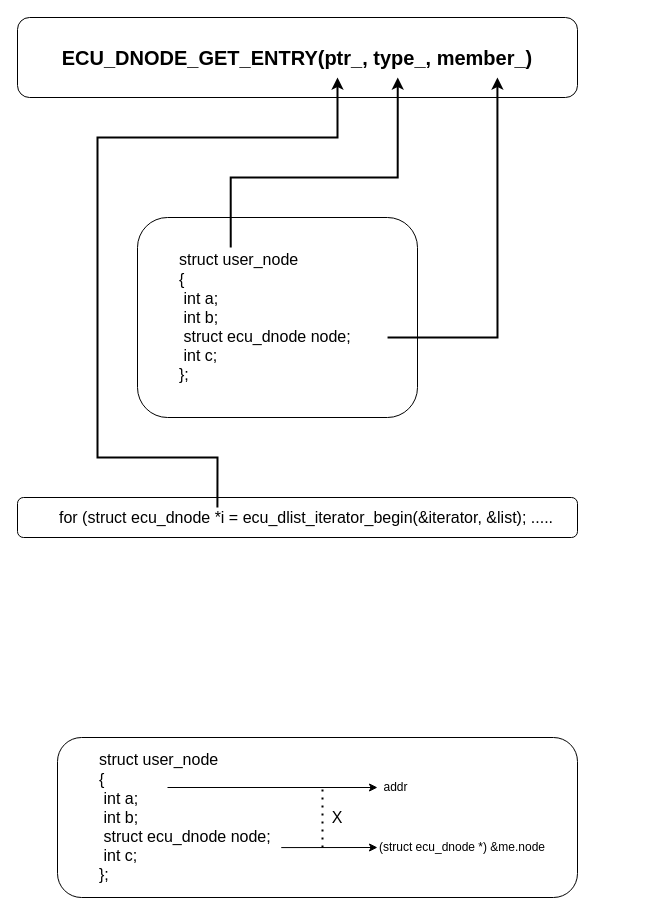
Above: page "list_get_entry" (2 of 8) of doc/images/dlist/dlist.drawio in ress059/ecu (draw.io), before the change. Source tidied: cells renumbered, new cells numbered last; positions are measured from the earlier drawing's top-left corner, leaving out a move shared by most shapes. Both pictures are drawn from the tidied source at 100%, with x=0, y=0 at pixel (17, 17).
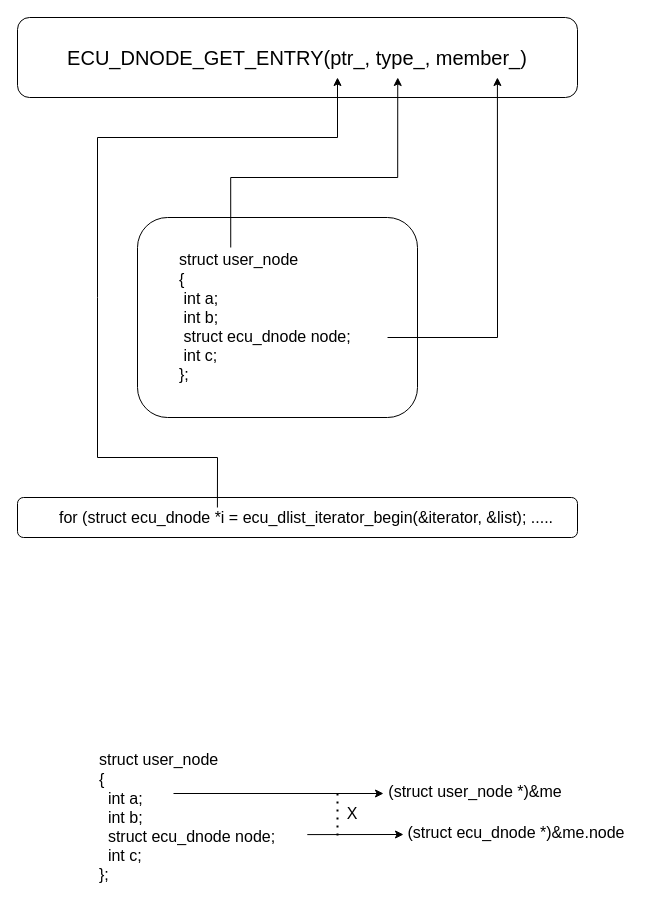
Above is the later version.

The change refers to these unchanged cells:
```xml
<mxCell id="4" value="&lt;blockquote style=&quot;margin: 0 0 0 40px; border: none; padding: 0px;&quot;&gt;&lt;font style=&quot;font-size: 16px;&quot;&gt;struct user_node&amp;nbsp;&lt;br&gt;&lt;/font&gt;&lt;font style=&quot;font-size: 16px;&quot;&gt;&lt;span style=&quot;&quot;&gt;{&lt;br&gt;&lt;/span&gt;&lt;/font&gt;&lt;font style=&quot;font-size: 16px;&quot;&gt;&lt;span style=&quot;&quot;&gt;&lt;span style=&quot;white-space: pre;&quot;&gt; &lt;/span&gt;int a;&lt;br&gt;&lt;/span&gt;&lt;/font&gt;&lt;font style=&quot;font-size: 16px;&quot;&gt;&lt;span style=&quot;&quot;&gt;&lt;span style=&quot;white-space: pre;&quot;&gt; &lt;/span&gt;int b;&lt;br&gt;&lt;/span&gt;&lt;/font&gt;&lt;font style=&quot;font-size: 16px;&quot;&gt;&lt;span style=&quot;&quot;&gt;&lt;span style=&quot;white-space: pre;&quot;&gt; &lt;/span&gt;struct ecu_dnode node;&lt;br&gt;&lt;/span&gt;&lt;/font&gt;&lt;font style=&quot;font-size: 16px;&quot;&gt;&lt;span style=&quot;&quot;&gt;&lt;span style=&quot;white-space: pre;&quot;&gt; &lt;/span&gt;int c;&lt;br&gt;&lt;/span&gt;&lt;/font&gt;&lt;font style=&quot;font-size: 16px;&quot;&gt;&lt;span style=&quot;&quot;&gt;};&lt;/span&gt;&lt;/font&gt;&lt;/blockquote&gt;" style="rounded=1;whiteSpace=wrap;html=1;align=left;" parent="1" vertex="1">
  <mxGeometry x="120" y="200" width="280" height="200" as="geometry" />
</mxCell>
<mxCell id="5" value="&lt;blockquote style=&quot;margin: 0 0 0 40px; border: none; padding: 0px;&quot;&gt;&lt;font style=&quot;font-size: 16px;&quot;&gt;for (struct ecu_dnode *i = ecu_dlist_iterator_begin(&amp;amp;iterator, &amp;amp;list); .....&lt;/font&gt;&lt;/blockquote&gt;" style="rounded=1;whiteSpace=wrap;html=1;align=left;" parent="1" vertex="1">
  <mxGeometry y="480" width="560" height="40" as="geometry" />
</mxCell>
```

Change to the diagram source:
```diff
@@
-    <mxCell id="2" style="rounded=1;whiteSpace=wrap;html=1;" parent="1" vertex="1">
-      <mxGeometry x="40" y="720" width="520" height="160" as="geometry" />
-    </mxCell>
-    <mxCell id="3" value="&lt;font style=&quot;font-size: 20px;&quot;&gt;&lt;b&gt;ECU_DNODE_GET_ENTRY(ptr_, type_, member_)&lt;/b&gt;&lt;/font&gt;" style="rounded=1;whiteSpace=wrap;html=1;" parent="1" vertex="1">
+    <mxCell id="3" value="&lt;font style=&quot;font-size: 20px;&quot;&gt;ECU_DNODE_GET_ENTRY(ptr_, type_, member_)&lt;/font&gt;" style="rounded=1;whiteSpace=wrap;html=1;" parent="1" vertex="1">
       <mxGeometry width="560" height="80" as="geometry" />
     </mxCell>
@@
-    <mxCell id="6" style="edgeStyle=orthogonalEdgeStyle;rounded=0;jettySize=auto;html=1;exitX=0.333;exitY=0.15;exitDx=0;exitDy=0;exitPerimeter=0;strokeWidth=2;entryX=0.679;entryY=0.75;entryDx=0;entryDy=0;entryPerimeter=0;" parent="1" edge="1" source="4" target="3">
+    <mxCell id="6" style="edgeStyle=orthogonalEdgeStyle;rounded=0;jettySize=auto;html=1;exitX=0.333;exitY=0.15;exitDx=0;exitDy=0;exitPerimeter=0;strokeWidth=1;entryX=0.679;entryY=0.75;entryDx=0;entryDy=0;entryPerimeter=0;" parent="1" edge="1" source="4" target="3">
       <mxGeometry relative="1" as="geometry">
         <Array as="points">
           <mxPoint x="213" y="160" />
           <mxPoint x="380" y="160" />
         </Array>
       </mxGeometry>
     </mxCell>
-    <mxCell id="7" style="endArrow=classic;html=1;rounded=0;entryX=0.857;entryY=0.75;entryDx=0;entryDy=0;entryPerimeter=0;strokeWidth=2;exitX=0.893;exitY=0.6;exitDx=0;exitDy=0;exitPerimeter=0;" parent="1" edge="1" source="4" target="3">
+    <mxCell id="7" style="endArrow=classic;html=1;rounded=0;entryX=0.857;entryY=0.75;entryDx=0;entryDy=0;entryPerimeter=0;strokeWidth=1;exitX=0.893;exitY=0.6;exitDx=0;exitDy=0;exitPerimeter=0;" parent="1" edge="1" source="4" target="3">
       <mxGeometry relative="1" as="geometry">
         <Array as="points">
           <mxPoint x="480" y="320" />
         </Array>
       </mxGeometry>
     </mxCell>
-    <mxCell id="8" style="endArrow=classic;html=1;rounded=0;exitX=0.357;exitY=0.25;exitDx=0;exitDy=0;exitPerimeter=0;strokeWidth=2;" parent="1" edge="1" source="5">
+    <mxCell id="8" style="endArrow=classic;html=1;rounded=0;exitX=0.357;exitY=0.25;exitDx=0;exitDy=0;exitPerimeter=0;strokeWidth=1;" parent="1" edge="1" source="5">
       <mxGeometry relative="1" as="geometry">
         <mxPoint x="320" y="60" as="targetPoint" />
         <Array as="points">
           <mxPoint x="200" y="440" />
           <mxPoint x="80" y="440" />
           <mxPoint x="80" y="280" />
           <mxPoint x="80" y="120" />
           <mxPoint x="320" y="120" />
         </Array>
       </mxGeometry>
     </mxCell>
-    <mxCell id="9" style="endArrow=classic;html=1;rounded=0;exitX=0.875;exitY=0.688;exitDx=0;exitDy=0;exitPerimeter=0;" parent="1" edge="1" source="10">
+    <mxCell id="9" style="endArrow=classic;html=1;rounded=0;exitX=0.875;exitY=0.688;exitDx=0;exitDy=0;exitPerimeter=0;" parent="1" edge="1">
       <mxGeometry relative="1" as="geometry">
-        <mxPoint x="360" y="830" as="targetPoint" />
+        <mxPoint x="289.8" y="817.1" as="sourcePoint" />
+        <mxPoint x="386" y="817" as="targetPoint" />
       </mxGeometry>
     </mxCell>
-    <mxCell id="10" value="&lt;font style=&quot;border-color: var(--border-color); font-size: 16px;&quot;&gt;struct user_node&amp;nbsp;&lt;br style=&quot;border-color: var(--border-color);&quot;&gt;&lt;/font&gt;&lt;font style=&quot;border-color: var(--border-color); font-size: 16px;&quot;&gt;{&lt;br style=&quot;border-color: var(--border-color);&quot;&gt;&lt;/font&gt;&lt;font style=&quot;border-color: var(--border-color); font-size: 16px;&quot;&gt; &lt;span style=&quot;white-space: pre;&quot;&gt; &lt;/span&gt;int a;&lt;br&gt;&lt;span style=&quot;background-color: initial;&quot;&gt;&lt;span style=&quot;white-space: pre;&quot;&gt; &lt;/span&gt;int b;&lt;/span&gt;&lt;br&gt;&lt;/font&gt;&lt;font style=&quot;border-color: var(--border-color); font-size: 16px;&quot;&gt;&lt;span style=&quot;border-color: var(--border-color);&quot;&gt; &lt;/span&gt;&lt;span style=&quot;white-space: pre;&quot;&gt; &lt;/span&gt;struct ecu_dnode node;&lt;br style=&quot;border-color: var(--border-color);&quot;&gt;&lt;/font&gt;&lt;font style=&quot;border-color: var(--border-color); font-size: 16px;&quot;&gt;&lt;span style=&quot;border-color: var(--border-color);&quot;&gt; &lt;/span&gt;&lt;span style=&quot;white-space: pre;&quot;&gt; &lt;/span&gt;int c;&lt;br style=&quot;border-color: var(--border-color);&quot;&gt;&lt;/font&gt;&lt;font style=&quot;border-color: var(--border-color); font-size: 16px;&quot;&gt;};&lt;/font&gt;" style="text;html=1;strokeColor=none;fillColor=none;align=left;verticalAlign=middle;whiteSpace=wrap;rounded=0;" parent="1" vertex="1">
+    <mxCell id="10" value="&lt;font style=&quot;border-color: var(--border-color); font-size: 16px;&quot;&gt;struct user_node&amp;nbsp;&lt;br style=&quot;border-color: var(--border-color);&quot;&gt;&lt;/font&gt;&lt;font style=&quot;border-color: var(--border-color); font-size: 16px;&quot;&gt;{&lt;br style=&quot;border-color: var(--border-color);&quot;&gt;&lt;/font&gt;&lt;font style=&quot;border-color: var(--border-color); font-size: 16px;&quot;&gt; &lt;span style=&quot;white-space: pre;&quot;&gt; &lt;span style=&quot;white-space: pre;&quot;&gt; &lt;/span&gt;&lt;/span&gt;int a;&lt;br&gt;&lt;span style=&quot;background-color: initial;&quot;&gt;&lt;span style=&quot;white-space: pre;&quot;&gt; &lt;span style=&quot;white-space: pre;&quot;&gt; &lt;/span&gt;&lt;/span&gt;int b;&lt;/span&gt;&lt;br&gt;&lt;/font&gt;&lt;font style=&quot;border-color: var(--border-color); font-size: 16px;&quot;&gt;&lt;span style=&quot;border-color: var(--border-color);&quot;&gt; &lt;/span&gt;&lt;span style=&quot;white-space: pre;&quot;&gt; &lt;span style=&quot;white-space: pre;&quot;&gt; &lt;/span&gt;&lt;/span&gt;struct ecu_dnode node;&lt;br style=&quot;border-color: var(--border-color);&quot;&gt;&lt;/font&gt;&lt;font style=&quot;border-color: var(--border-color); font-size: 16px;&quot;&gt;&lt;span style=&quot;border-color: var(--border-color);&quot;&gt; &lt;/span&gt;&lt;span style=&quot;white-space: pre;&quot;&gt; &lt;span style=&quot;white-space: pre;&quot;&gt; &lt;/span&gt;&lt;/span&gt;int c;&lt;br style=&quot;border-color: var(--border-color);&quot;&gt;&lt;/font&gt;&lt;font style=&quot;border-color: var(--border-color); font-size: 16px;&quot;&gt;};&lt;/font&gt;" style="text;html=1;strokeColor=none;fillColor=none;align=left;verticalAlign=middle;whiteSpace=wrap;rounded=0;" parent="1" vertex="1">
       <mxGeometry x="80" y="720" width="210" height="160" as="geometry" />
     </mxCell>
-    <mxCell id="11" value="(struct ecu_dnode *) &amp;amp;me.node" style="text;html=1;strokeColor=none;fillColor=none;align=center;verticalAlign=middle;whiteSpace=wrap;rounded=0;" parent="1" vertex="1">
-      <mxGeometry x="360" y="820" width="170" height="20" as="geometry" />
+    <mxCell id="11" value="&lt;font style=&quot;font-size: 16px;&quot;&gt;(struct ecu_dnode *)&amp;amp;me.node&lt;/font&gt;" style="text;html=1;strokeColor=none;fillColor=none;align=center;verticalAlign=middle;whiteSpace=wrap;rounded=0;" parent="1" vertex="1">
+      <mxGeometry x="388" y="805" width="222" height="20" as="geometry" />
     </mxCell>
     <mxCell id="12" style="endArrow=classic;html=1;rounded=0;exitX=0.875;exitY=0.688;exitDx=0;exitDy=0;exitPerimeter=0;" parent="1" edge="1">
       <mxGeometry relative="1" as="geometry">
-        <mxPoint x="150" y="770" as="sourcePoint" />
-        <mxPoint x="360" y="770" as="targetPoint" />
+        <mxPoint x="156" y="776" as="sourcePoint" />
+        <mxPoint x="366" y="776" as="targetPoint" />
       </mxGeometry>
     </mxCell>
-    <mxCell id="13" value="addr" style="text;html=1;strokeColor=none;fillColor=none;align=center;verticalAlign=middle;whiteSpace=wrap;rounded=0;" parent="1" vertex="1">
-      <mxGeometry x="357" y="760" width="43" height="20" as="geometry" />
+    <mxCell id="13" value="&lt;font style=&quot;font-size: 16px;&quot;&gt;(struct user_node *)&amp;amp;me&lt;/font&gt;" style="text;html=1;strokeColor=none;fillColor=none;align=center;verticalAlign=middle;whiteSpace=wrap;rounded=0;" parent="1" vertex="1">
+      <mxGeometry x="366" y="764" width="184" height="20" as="geometry" />
     </mxCell>
     <mxCell id="14" style="endArrow=none;dashed=1;html=1;dashPattern=1 3;strokeWidth=2;rounded=0;" parent="1" edge="1">
       <mxGeometry relative="1" as="geometry">
-        <mxPoint x="305" y="830" as="sourcePoint" />
-        <mxPoint x="305" y="770" as="targetPoint" />
+        <mxPoint x="320" y="818" as="sourcePoint" />
+        <mxPoint x="320" y="772" as="targetPoint" />
       </mxGeometry>
     </mxCell>
     <mxCell id="15" value="&lt;font style=&quot;font-size: 16px;&quot;&gt;X&lt;/font&gt;" style="text;html=1;strokeColor=none;fillColor=none;align=center;verticalAlign=middle;whiteSpace=wrap;rounded=0;" parent="1" vertex="1">
-      <mxGeometry x="310" y="790" width="20" height="20" as="geometry" />
+      <mxGeometry x="325" y="786" width="20" height="20" as="geometry" />
     </mxCell>
```
